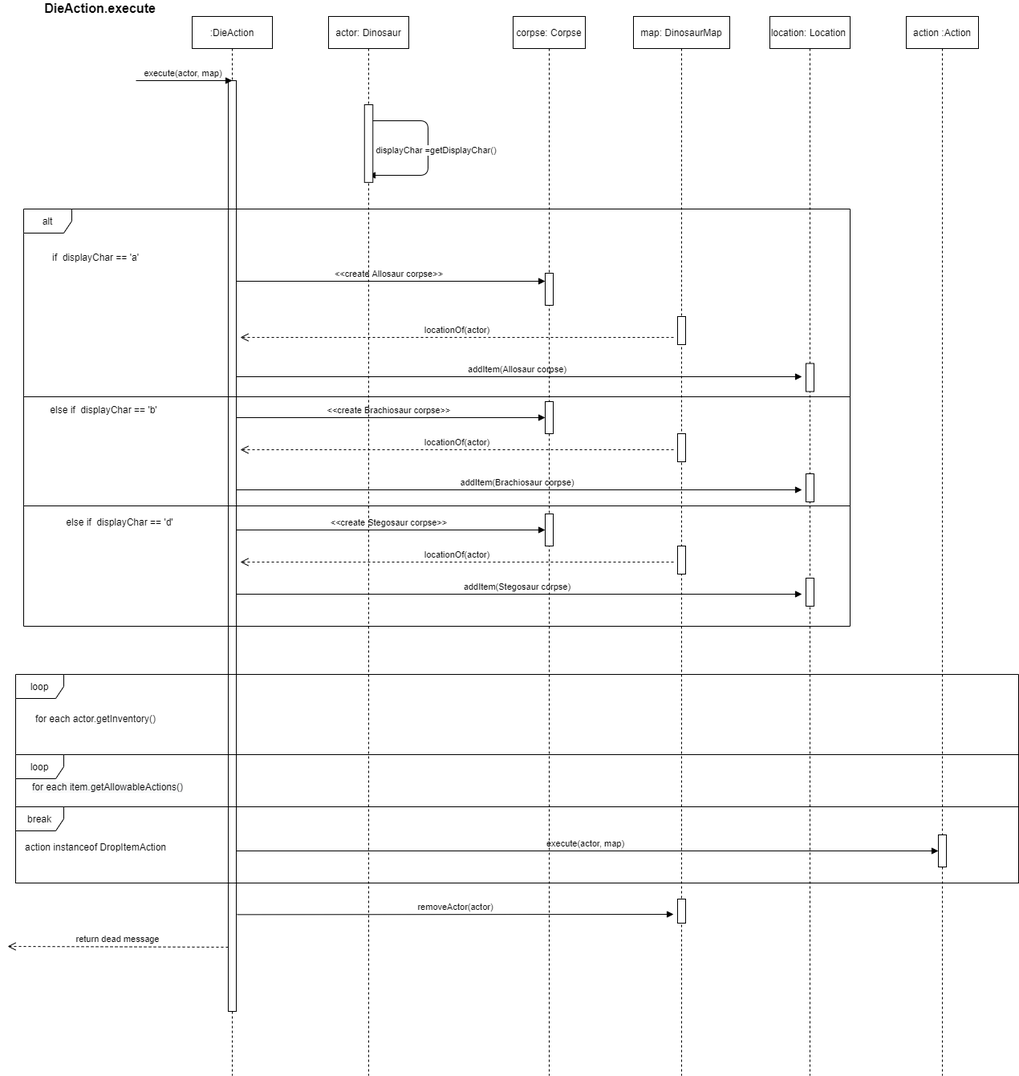
Above: assignment_workings/DieAction.execute.png in mltw/fit2099-jurassic-park-2021 (draw.io), before the change. Source tidied: cells renumbered, new cells last; positions are measured from the earlier drawing's top-left corner, leaving out a move shared by most shapes.
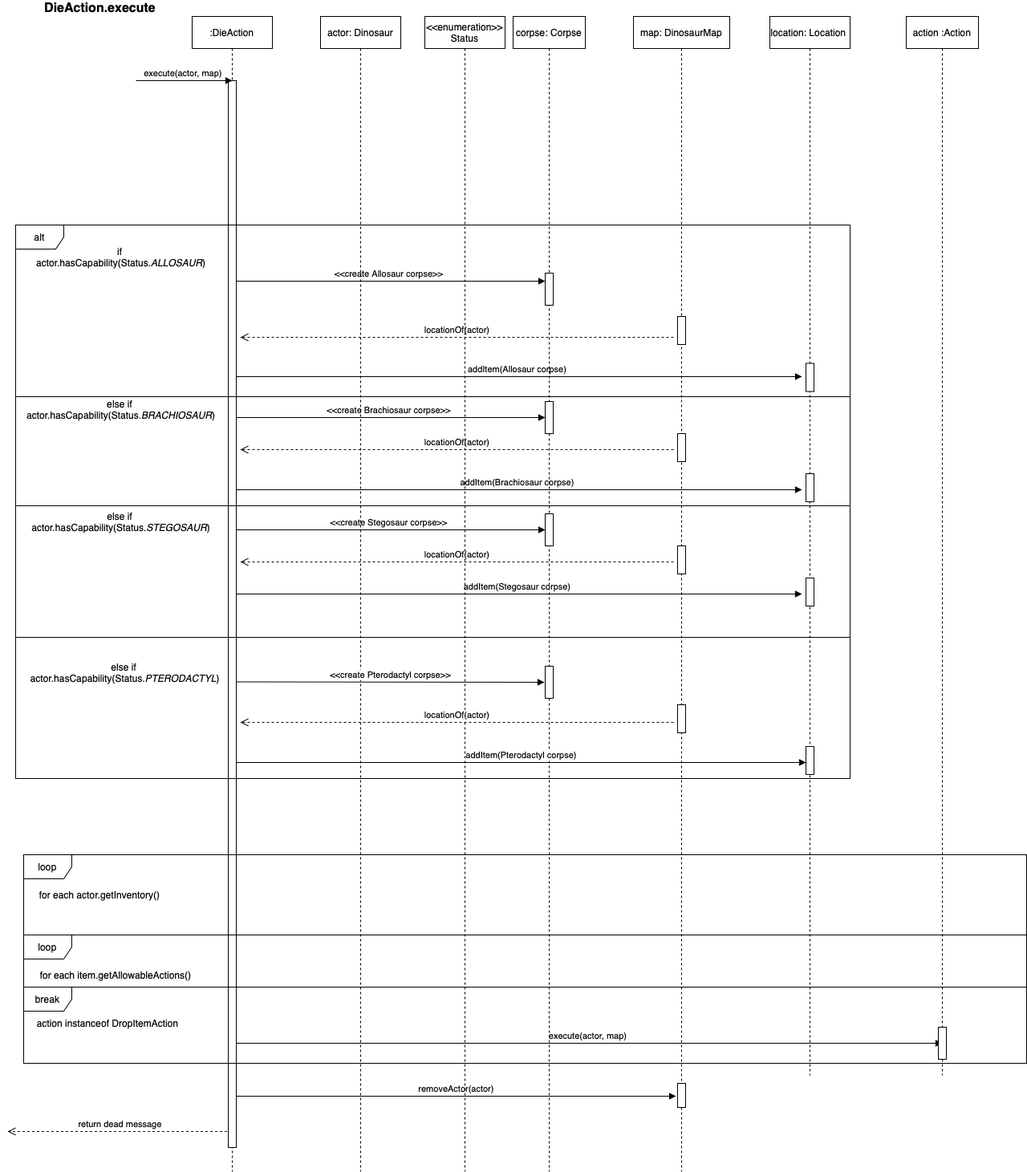
The same diagram one commit later.

Commit message:
update DieAction sequence diagram

What changed in the source:
```diff
@@ -2,14 +2,18 @@
   <root>
     <mxCell id="0" />
     <mxCell id="1" parent="0" />
-    <mxCell id="2" value="return dead message" style="html=1;verticalAlign=bottom;endArrow=open;dashed=1;endSize=8;exitX=0;exitY=0.931;exitDx=0;exitDy=0;exitPerimeter=0;" parent="1" edge="1" source="17">
+    <mxCell id="2" value="return dead message" style="html=1;verticalAlign=bottom;endArrow=open;dashed=1;endSize=8;" parent="1" edge="1" source="16">
       <mxGeometry relative="1" as="geometry">
-        <mxPoint y="1179" as="targetPoint" />
+        <mxPoint y="1410" as="targetPoint" />
+        <Array as="points">
+          <mxPoint x="190" y="1410" />
+          <mxPoint x="80" y="1410" />
+        </Array>
       </mxGeometry>
     </mxCell>
-    <mxCell id="3" value="execute(actor, map)" style="html=1;verticalAlign=bottom;endArrow=block;" parent="1" edge="1" target="41">
+    <mxCell id="3" value="execute(actor, map)" style="html=1;verticalAlign=bottom;endArrow=block;" parent="1" edge="1" source="16">
       <mxGeometry relative="1" as="geometry">
-        <mxPoint x="280" y="1060" as="sourcePoint" />
+        <mxPoint x="1165" y="1300" as="targetPoint" />
       </mxGeometry>
     </mxCell>
     <mxCell id="4" value="addItem(Stegosaur corpse)" style="html=1;verticalAlign=bottom;endArrow=block;" parent="1" edge="1">
@@ -37,7 +41,7 @@
       </mxGeometry>
     </mxCell>
     <mxCell id="8" value="map: DinosaurMap" style="shape=umlLifeline;perimeter=lifelinePerimeter;whiteSpace=wrap;html=1;" parent="1" vertex="1">
-      <mxGeometry x="780" y="20" width="120" height="1320" as="geometry" />
+      <mxGeometry x="780" y="20" width="120" height="1440" as="geometry" />
     </mxCell>
     <mxCell id="9" style="html=1;perimeter=orthogonalPerimeter;" parent="8" vertex="1">
       <mxGeometry x="55" y="374" width="10" height="35" as="geometry" />
@@ -49,7 +53,7 @@
       <mxGeometry x="55" y="660" width="10" height="35" as="geometry" />
     </mxCell>
     <mxCell id="12" style="html=1;points=[];perimeter=orthogonalPerimeter;" parent="8" vertex="1">
-      <mxGeometry x="55" y="1100" width="10" height="30" as="geometry" />
+      <mxGeometry x="55" y="1330" width="10" height="30" as="geometry" />
     </mxCell>
     <mxCell id="13" value="addItem(Allosaur corpse)" style="html=1;verticalAlign=bottom;endArrow=block;" parent="1" edge="1">
       <mxGeometry relative="1" as="geometry">
@@ -63,21 +67,11 @@
         <mxPoint x="670" y="350" as="targetPoint" />
       </mxGeometry>
     </mxCell>
-    <mxCell id="15" value="&lt;font face=&quot;helvetica&quot;&gt;displayChar =getDisplayChar()&lt;/font&gt;" style="html=1;verticalAlign=bottom;endArrow=block;" parent="1" edge="1">
-      <mxGeometry x="0.1" y="10" relative="1" as="geometry">
-        <mxPoint x="450.5" y="150" as="sourcePoint" />
-        <mxPoint x="450" y="218" as="targetPoint" />
-        <Array as="points">
-          <mxPoint x="524" y="150" />
-          <mxPoint x="524" y="218" />
-        </Array>
-      </mxGeometry>
-    </mxCell>
     <mxCell id="16" value=":DieAction" style="shape=umlLifeline;perimeter=lifelinePerimeter;whiteSpace=wrap;html=1;outlineConnect=0;" parent="1" vertex="1">
-      <mxGeometry x="230" y="20" width="100" height="1320" as="geometry" />
+      <mxGeometry x="230" y="20" width="100" height="1440" as="geometry" />
     </mxCell>
     <mxCell id="17" style="html=1;points=[];perimeter=orthogonalPerimeter;" parent="16" vertex="1">
-      <mxGeometry x="45" y="80" width="10" height="1160" as="geometry" />
+      <mxGeometry x="45" y="80" width="10" height="1330" as="geometry" />
     </mxCell>
     <mxCell id="18" value="&lt;span style=&quot;font-family: &amp;#34;helvetica&amp;#34;&quot;&gt;execute(actor, map&lt;/span&gt;&lt;span style=&quot;font-family: &amp;#34;helvetica&amp;#34;&quot;&gt;)&amp;nbsp;&lt;/span&gt;" style="html=1;verticalAlign=bottom;endArrow=block;" parent="1" edge="1">
       <mxGeometry relative="1" as="geometry">
@@ -86,16 +80,13 @@
       </mxGeometry>
     </mxCell>
     <mxCell id="19" value="actor: Dinosaur" style="shape=umlLifeline;perimeter=lifelinePerimeter;whiteSpace=wrap;html=1;" parent="1" vertex="1">
-      <mxGeometry x="400" y="20" width="100" height="1320" as="geometry" />
+      <mxGeometry x="390" y="20" width="100" height="1440" as="geometry" />
     </mxCell>
-    <mxCell id="20" style="html=1;perimeter=orthogonalPerimeter;" parent="19" vertex="1">
-      <mxGeometry x="44.8" y="110" width="10.5" height="96.8" as="geometry" />
-    </mxCell>
-    <mxCell id="21" value="if &amp;nbsp;displayChar == 'a'" style="text;html=1;strokeColor=none;fillColor=none;align=center;verticalAlign=middle;whiteSpace=wrap;rounded=0;" parent="1" vertex="1">
-      <mxGeometry x="30" y="280" width="160" height="80" as="geometry" />
+    <mxCell id="21" value="if &amp;nbsp;actor.hasCapability(Status.&lt;i&gt;ALLOSAUR&lt;/i&gt;)" style="text;html=1;strokeColor=none;fillColor=none;align=center;verticalAlign=middle;whiteSpace=wrap;rounded=0;" parent="1" vertex="1">
+      <mxGeometry x="30" y="280" width="220" height="80" as="geometry" />
     </mxCell>
     <mxCell id="22" value="corpse: Corpse" style="shape=umlLifeline;perimeter=lifelinePerimeter;whiteSpace=wrap;html=1;" parent="1" vertex="1">
-      <mxGeometry x="630" y="20" width="90" height="1320" as="geometry" />
+      <mxGeometry x="630" y="20" width="90" height="1440" as="geometry" />
     </mxCell>
     <mxCell id="23" style="html=1;perimeter=orthogonalPerimeter;" parent="22" vertex="1">
       <mxGeometry x="40" y="320" width="10" height="40" as="geometry" />
@@ -118,49 +109,44 @@
     <mxCell id="29" style="html=1;perimeter=orthogonalPerimeter;" parent="26" vertex="1">
       <mxGeometry x="45" y="700" width="10" height="35" as="geometry" />
     </mxCell>
-    <mxCell id="30" value="else if &amp;nbsp;displayChar == 'b'" style="text;html=1;strokeColor=none;fillColor=none;align=center;verticalAlign=middle;whiteSpace=wrap;rounded=0;" parent="1" vertex="1">
-      <mxGeometry x="40" y="470" width="160" height="80" as="geometry" />
+    <mxCell id="30" value="else if &amp;nbsp;actor.hasCapability(Status.&lt;i&gt;BRACHIOSAUR&lt;/i&gt;)" style="text;html=1;strokeColor=none;fillColor=none;align=center;verticalAlign=middle;whiteSpace=wrap;rounded=0;" parent="1" vertex="1">
+      <mxGeometry x="60" y="470" width="160" height="80" as="geometry" />
     </mxCell>
-    <mxCell id="31" value="else if &amp;nbsp;displayChar == 'd'" style="text;html=1;strokeColor=none;fillColor=none;align=center;verticalAlign=middle;whiteSpace=wrap;rounded=0;" parent="1" vertex="1">
+    <mxCell id="31" value="else if &amp;nbsp;actor.hasCapability(Status.&lt;i&gt;STEGOSAUR&lt;/i&gt;)" style="text;html=1;strokeColor=none;fillColor=none;align=center;verticalAlign=middle;whiteSpace=wrap;rounded=0;" parent="1" vertex="1">
       <mxGeometry x="60" y="610" width="160" height="80" as="geometry" />
     </mxCell>
     <mxCell id="32" value="alt" style="shape=umlFrame;whiteSpace=wrap;html=1;" parent="1" vertex="1">
-      <mxGeometry x="20" y="260" width="1030" height="520" as="geometry" />
+      <mxGeometry x="10" y="280" width="1040" height="690" as="geometry" />
     </mxCell>
     <mxCell id="33" style="line;strokeWidth=1;fillColor=none;align=left;verticalAlign=middle;spacingTop=-1;spacingLeft=3;spacingRight=3;labelPosition=right;" parent="1" vertex="1">
-      <mxGeometry x="20" y="626" width="1030" height="8" as="geometry" />
+      <mxGeometry x="10" y="626" width="1040" height="8" as="geometry" />
     </mxCell>
     <mxCell id="34" style="line;strokeWidth=1;fillColor=none;align=left;verticalAlign=middle;spacingTop=-1;spacingLeft=3;spacingRight=3;labelPosition=right;" parent="1" vertex="1">
-      <mxGeometry x="20" y="490" width="1030" height="8" as="geometry" />
+      <mxGeometry x="10" y="490" width="1040" height="8" as="geometry" />
     </mxCell>
-    <mxCell id="35" value="loop" style="shape=umlFrame;whiteSpace=wrap;html=1;" parent="1" vertex="1">
-      <mxGeometry x="10" y="840" width="1250" height="260" as="geometry" />
-    </mxCell>
     <mxCell id="36" value="for each actor.getInventory()" style="text;html=1;strokeColor=none;fillColor=none;align=center;verticalAlign=middle;whiteSpace=wrap;rounded=0;" parent="1" vertex="1">
-      <mxGeometry x="25" y="890" width="170" height="10" as="geometry" />
+      <mxGeometry x="30" y="1110" width="170" height="10" as="geometry" />
     </mxCell>
     <mxCell id="37" value="&lt;span style=&quot;color: rgb(0, 0, 0); font-family: helvetica; font-size: 12px; font-style: normal; font-weight: normal; letter-spacing: normal; text-align: center; text-indent: 0px; text-transform: none; word-spacing: 0px; background-color: rgb(248, 249, 250); text-decoration: none; display: inline; float: none;&quot;&gt;for each item.getAllowableActions()&lt;/span&gt;" style="text;html=1;strokeColor=none;fillColor=none;align=center;verticalAlign=middle;whiteSpace=wrap;rounded=0;" parent="1" vertex="1">
-      <mxGeometry x="20" y="955" width="210" height="50" as="geometry" />
+      <mxGeometry x="30" y="1190" width="210" height="50" as="geometry" />
     </mxCell>
     <mxCell id="38" value="break" style="shape=umlFrame;whiteSpace=wrap;html=1;" parent="1" vertex="1">
-      <mxGeometry x="10" y="1005" width="1250" height="95" as="geometry" />
+      <mxGeometry x="20" y="1230" width="1250" height="95" as="geometry" />
     </mxCell>
     <mxCell id="39" value="action instanceof DropItemAction" style="text;html=1;strokeColor=none;fillColor=none;align=center;verticalAlign=middle;whiteSpace=wrap;rounded=0;" parent="1" vertex="1">
-      <mxGeometry x="10" y="1010" width="200" height="90" as="geometry" />
+      <mxGeometry x="25" y="1230" width="200" height="90" as="geometry" />
     </mxCell>
     <mxCell id="40" value="action :Action" style="shape=umlLifeline;perimeter=lifelinePerimeter;whiteSpace=wrap;html=1;" parent="1" vertex="1">
       <mxGeometry x="1120" y="20" width="90" height="1320" as="geometry" />
     </mxCell>
     <mxCell id="41" style="html=1;points=[];perimeter=orthogonalPerimeter;" parent="40" vertex="1">
-      <mxGeometry x="40" y="1020" width="10" height="40" as="geometry" />
+      <mxGeometry x="40" y="1260" width="10" height="40" as="geometry" />
     </mxCell>
     <mxCell id="42" value="loop" style="shape=umlFrame;whiteSpace=wrap;html=1;" parent="1" vertex="1">
-      <mxGeometry x="10" y="940" width="1250" height="160" as="geometry" />
+      <mxGeometry x="20" y="1165" width="1250" height="160" as="geometry" />
     </mxCell>
-    <mxCell id="43" value="removeActor(actor)" style="html=1;verticalAlign=bottom;endArrow=block;exitX=1.1;exitY=0.896;exitDx=0;exitDy=0;exitPerimeter=0;" parent="1" edge="1" source="17">
-      <mxGeometry relative="1" as="geometry">
-        <mxPoint x="830" y="1139" as="targetPoint" />
-      </mxGeometry>
+    <mxCell id="43" value="removeActor(actor)" style="html=1;verticalAlign=bottom;endArrow=block;entryX=-0.2;entryY=0.533;entryDx=0;entryDy=0;entryPerimeter=0;" parent="1" edge="1" source="17" target="12">
+      <mxGeometry relative="1" as="geometry" />
     </mxCell>
     <mxCell id="44" value="locationOf(actor)" style="html=1;verticalAlign=bottom;endArrow=open;dashed=1;endSize=8;" parent="1" edge="1">
       <mxGeometry relative="1" as="geometry">
@@ -183,5 +169,43 @@
     <mxCell id="47" value="&lt;font style=&quot;font-size: 16px&quot;&gt;&lt;b&gt;DieAction.execute&lt;/b&gt;&lt;/font&gt;" style="text;html=1;align=center;verticalAlign=middle;strokeColor=none;" parent="1" vertex="1">
       <mxGeometry x="40" width="150" height="20" as="geometry" />
     </mxCell>
+    <mxCell id="48" value="&amp;lt;&amp;lt;enumeration&amp;gt;&amp;gt;&lt;br&gt;Status" style="shape=umlLifeline;perimeter=lifelinePerimeter;whiteSpace=wrap;html=1;" parent="1" vertex="1">
+      <mxGeometry x="520" y="20" width="100" height="1440" as="geometry" />
+    </mxCell>
+    <mxCell id="49" value="&amp;lt;&amp;lt;create Pterodactyl corpse&amp;gt;&amp;gt;" style="html=1;verticalAlign=bottom;endArrow=block;entryX=-0.1;entryY=0.5;entryDx=0;entryDy=0;entryPerimeter=0;" parent="48" edge="1" target="52">
+      <mxGeometry relative="1" as="geometry">
+        <mxPoint x="-235" y="829.5" as="sourcePoint" />
+      </mxGeometry>
+    </mxCell>
+    <mxCell id="35" value="loop" style="shape=umlFrame;whiteSpace=wrap;html=1;" parent="1" vertex="1">
+      <mxGeometry x="20" y="1065" width="1250" height="260" as="geometry" />
+    </mxCell>
+    <mxCell id="50" style="line;strokeWidth=1;fillColor=none;align=left;verticalAlign=middle;spacingTop=-1;spacingLeft=3;spacingRight=3;labelPosition=right;" parent="1" vertex="1">
+      <mxGeometry x="10" y="790" width="1040" height="8" as="geometry" />
+    </mxCell>
+    <mxCell id="51" value="else if &amp;nbsp;actor.hasCapability(Status.&lt;i&gt;PTERODACTYL&lt;/i&gt;)" style="text;html=1;strokeColor=none;fillColor=none;align=center;verticalAlign=middle;whiteSpace=wrap;rounded=0;" parent="1" vertex="1">
+      <mxGeometry x="65" y="798" width="160" height="80" as="geometry" />
+    </mxCell>
+    <mxCell id="52" style="html=1;points=[];perimeter=orthogonalPerimeter;" parent="1" vertex="1">
+      <mxGeometry x="670" y="830" width="10" height="40" as="geometry" />
+    </mxCell>
+    <mxCell id="53" style="html=1;perimeter=orthogonalPerimeter;" parent="1" vertex="1">
+      <mxGeometry x="835" y="878" width="10" height="35" as="geometry" />
+    </mxCell>
+    <mxCell id="54" value="locationOf(actor)" style="html=1;verticalAlign=bottom;endArrow=open;dashed=1;endSize=8;" parent="1" edge="1">
+      <mxGeometry relative="1" as="geometry">
+        <mxPoint x="830" y="900" as="sourcePoint" />
+        <mxPoint x="290" y="900" as="targetPoint" />
+      </mxGeometry>
+    </mxCell>
+    <mxCell id="55" style="html=1;perimeter=orthogonalPerimeter;" parent="1" vertex="1">
+      <mxGeometry x="995" y="930" width="10" height="35" as="geometry" />
+    </mxCell>
+    <mxCell id="56" value="addItem(Pterodactyl corpse)" style="html=1;verticalAlign=bottom;endArrow=block;" parent="1" edge="1">
+      <mxGeometry relative="1" as="geometry">
+        <mxPoint x="285" y="950" as="sourcePoint" />
+        <mxPoint x="995" y="950" as="targetPoint" />
+      </mxGeometry>
+    </mxCell>
   </root>
 </mxGraphModel>
```
